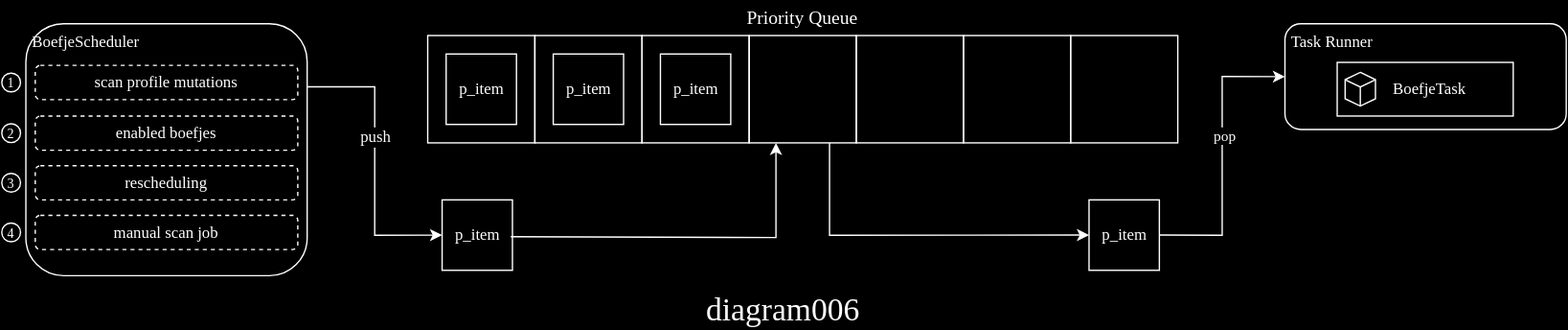
Above: mula/docs/img/diagram006.svg in minvws/nl-kat-coordination (draw.io), before the change. Source tidied: cells renumbered, new cells last; positions are measured from the earlier drawing's top-left corner, leaving out a move shared by most shapes.
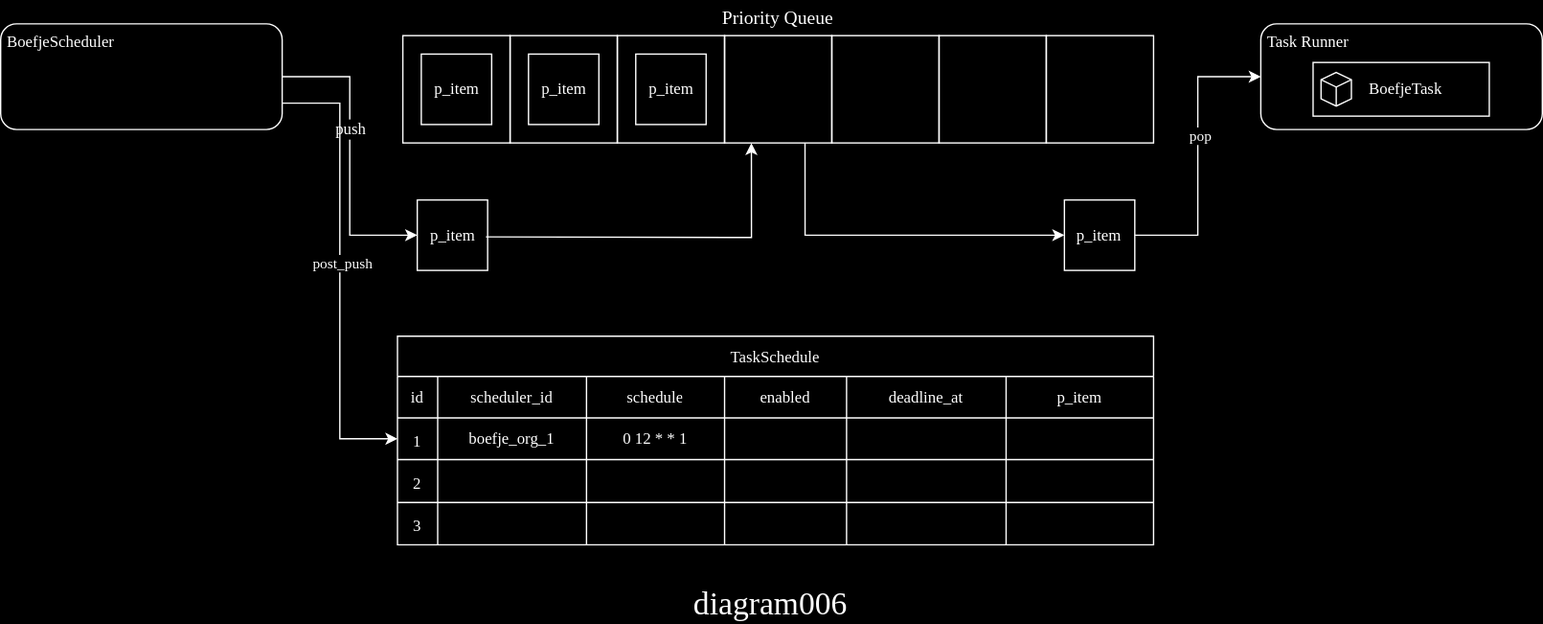
The same file after the commit.

What changed in the source:
```diff
@@ -3,45 +3,45 @@
     <mxCell id="0" />
     <mxCell id="1" parent="0" />
     <mxCell id="2" value="&lt;font face=&quot;Hack&quot; style=&quot;font-size: 24px;&quot;&gt;diagram006&lt;br&gt;&lt;/font&gt;" style="text;html=1;strokeColor=none;fillColor=none;align=center;verticalAlign=middle;whiteSpace=wrap;rounded=0;fontSize=24;" parent="1" vertex="1">
-      <mxGeometry x="493.4" y="216" width="181.3" height="30" as="geometry" />
+      <mxGeometry x="438.4" y="65" width="181.3" height="30" as="geometry" />
     </mxCell>
     <mxCell id="3" style="group;" parent="1" vertex="1">
-      <mxGeometry width="1168" height="205" as="geometry" />
+      <mxGeometry x="-46" y="-370" width="1150" height="405.5" as="geometry" />
     </mxCell>
     <mxCell id="4" style="edgeStyle=orthogonalEdgeStyle;rounded=0;jettySize=auto;html=1;exitX=1;exitY=0.5;exitDx=0;exitDy=0;entryX=0.25;entryY=1;entryDx=0;entryDy=0;" parent="3" edge="1" target="18">
       <mxGeometry relative="1" as="geometry">
-        <mxPoint x="380" y="176" as="sourcePoint" />
+        <mxPoint x="362" y="176" as="sourcePoint" />
       </mxGeometry>
     </mxCell>
     <mxCell id="5" value="&lt;font face=&quot;Hack&quot; style=&quot;font-size: 14px;&quot;&gt;Priority Queue&lt;/font&gt;" style="text;html=1;strokeColor=none;fillColor=none;align=center;verticalAlign=middle;whiteSpace=wrap;rounded=0;fontSize=14;" parent="3" vertex="1">
-      <mxGeometry x="318" width="560" height="26" as="geometry" />
+      <mxGeometry x="300" width="560" height="26" as="geometry" />
     </mxCell>
     <mxCell id="6" value="&amp;nbsp;BoefjeScheduler" style="rounded=1;align=left;verticalAlign=top;labelBackgroundColor=none;whiteSpace=wrap;html=1;labelBorderColor=none;fillStyle=auto;fillColor=none;fontFamily=Hack;fontSource=https%3A%2F%2Ffonts.googleapis.com%2Fcss%3Ffamily%3DHack;" parent="3" vertex="1">
-      <mxGeometry x="18" y="17.2" width="210" height="187.8" as="geometry" />
+      <mxGeometry y="17.2" width="210" height="78.8" as="geometry" />
     </mxCell>
     <mxCell id="7" value="&lt;font style=&quot;font-size: 12px;&quot;&gt;p_item&lt;/font&gt;" style="whiteSpace=wrap;html=1;fontFamily=Hack;fontSource=https%3A%2F%2Ffonts.googleapis.com%2Fcss%3Ffamily%3DHack;fontSize=7;fillColor=none;" parent="3" vertex="1">
-      <mxGeometry x="328.8" y="148.5" width="52.5" height="52.5" as="geometry" />
+      <mxGeometry x="310.8" y="148.5" width="52.5" height="52.5" as="geometry" />
     </mxCell>
-    <mxCell id="8" style="edgeStyle=orthogonalEdgeStyle;rounded=0;jettySize=auto;html=1;exitX=1;exitY=0.25;exitDx=0;exitDy=0;entryX=0;entryY=0.5;entryDx=0;entryDy=0;" parent="3" edge="1" source="6" target="7">
+    <mxCell id="8" style="edgeStyle=orthogonalEdgeStyle;rounded=0;jettySize=auto;html=1;exitX=1;exitY=0.5;exitDx=0;exitDy=0;entryX=0;entryY=0.5;entryDx=0;entryDy=0;" parent="3" edge="1" source="6" target="7">
       <mxGeometry relative="1" as="geometry" />
     </mxCell>
     <mxCell id="9" value="&lt;font style=&quot;font-size: 12px;&quot; face=&quot;Hack&quot;&gt;push&lt;br&gt;&lt;/font&gt;" style="edgeLabel;html=1;align=center;verticalAlign=middle;" parent="8" vertex="1">
       <mxGeometry x="-0.18" relative="1" as="geometry" />
     </mxCell>
     <mxCell id="10" value="&lt;font style=&quot;font-size: 12px;&quot;&gt;p_item&lt;/font&gt;" style="whiteSpace=wrap;html=1;fontFamily=Hack;fontSource=https%3A%2F%2Ffonts.googleapis.com%2Fcss%3Ffamily%3DHack;fontSize=7;fillColor=none;" parent="3" vertex="1">
-      <mxGeometry x="811.7" y="148.5" width="52.5" height="52.5" as="geometry" />
+      <mxGeometry x="793.5" y="148.5" width="52.5" height="52.5" as="geometry" />
     </mxCell>
     <mxCell id="11" value="&lt;font face=&quot;Hack&quot;&gt;&amp;nbsp;Task Runner&lt;/font&gt;" style="rounded=1;whiteSpace=wrap;html=1;align=left;verticalAlign=top;fillColor=none;" parent="3" vertex="1">
-      <mxGeometry x="958" y="17.2" width="210" height="78.8" as="geometry" />
+      <mxGeometry x="940" y="17.2" width="210" height="78.8" as="geometry" />
     </mxCell>
     <mxCell id="12" style="edgeStyle=orthogonalEdgeStyle;rounded=0;jettySize=auto;html=1;entryX=0;entryY=0.5;entryDx=0;entryDy=0;exitX=1;exitY=0.5;exitDx=0;exitDy=0;" parent="3" edge="1" source="10" target="11">
       <mxGeometry relative="1" as="geometry" />
     </mxCell>
-    <mxCell id="13" value="&lt;font face=&quot;Hack&quot;&gt;pop&lt;br&gt;&lt;/font&gt;" style="edgeLabel;html=1;align=center;verticalAlign=middle;" parent="12" vertex="1">
+    <mxCell id="13" value="&lt;font face=&quot;Hack&quot;&gt;pop&lt;/font&gt;" style="edgeLabel;html=1;align=center;verticalAlign=middle;" parent="12" vertex="1">
       <mxGeometry x="0.15" y="-1" relative="1" as="geometry" />
     </mxCell>
     <mxCell id="14" style="group;" parent="3" vertex="1">
-      <mxGeometry x="318" y="26" width="480" height="80" as="geometry" />
+      <mxGeometry x="300" y="26" width="480" height="80" as="geometry" />
     </mxCell>
     <mxCell id="15" style="whiteSpace=wrap;html=1;fillColor=none;" parent="14" vertex="1">
       <mxGeometry width="80" height="80" as="geometry" />
@@ -74,10 +74,10 @@
       <mxGeometry relative="1" as="geometry" />
     </mxCell>
     <mxCell id="25" style="whiteSpace=wrap;html=1;fillColor=none;" parent="3" vertex="1">
-      <mxGeometry x="798" y="26" width="80" height="80" as="geometry" />
+      <mxGeometry x="780" y="26" width="80" height="80" as="geometry" />
     </mxCell>
     <mxCell id="26" style="group;" parent="3" vertex="1">
-      <mxGeometry x="997" y="46" width="131.4" height="40" as="geometry" />
+      <mxGeometry x="979" y="46" width="131.4" height="40" as="geometry" />
     </mxCell>
     <mxCell id="27" style="rounded=0;whiteSpace=wrap;html=1;align=left;fillColor=none;" parent="26" vertex="1">
       <mxGeometry width="131.4" height="40" as="geometry" />
@@ -88,29 +88,98 @@
     <mxCell id="29" value="&lt;font face=&quot;Hack&quot;&gt;BoefjeTask&lt;/font&gt;" style="text;html=1;strokeColor=none;fillColor=none;align=left;verticalAlign=middle;whiteSpace=wrap;rounded=0;" parent="26" vertex="1">
       <mxGeometry x="40" y="2.9" width="91.4" height="34.3" as="geometry" />
     </mxCell>
-    <mxCell id="30" value="scan profile mutations" style="rounded=1;whiteSpace=wrap;html=1;fillColor=none;dashed=1;fontFamily=Hack;fontSource=https%3A%2F%2Ffonts.googleapis.com%2Fcss%3Ffamily%3DHack;" parent="3" vertex="1">
-      <mxGeometry x="25" y="48.2" width="196" height="25.5" as="geometry" />
+    <mxCell id="30" value="TaskSchedule" style="shape=table;startSize=30;strokeColor=default;fontSize=12;fontFamily=Hack;fontSource=https%3A%2F%2Ffonts.googleapis.com%2Fcss%3Ffamily%3DHack;" parent="3" vertex="1">
+      <mxGeometry x="296" y="250" width="564" height="155.5" as="geometry" />
     </mxCell>
-    <mxCell id="31" value="enabled boefjes" style="rounded=1;whiteSpace=wrap;html=1;fillColor=none;dashed=1;fontFamily=Hack;fontSource=https%3A%2F%2Ffonts.googleapis.com%2Fcss%3Ffamily%3DHack;" parent="3" vertex="1">
-      <mxGeometry x="25" y="86" width="196" height="25.5" as="geometry" />
+    <mxCell id="31" style="shape=tableRow;horizontal=0;startSize=0;swimlaneHead=0;swimlaneBody=0;strokeColor=inherit;top=0;left=0;bottom=0;right=0;fillColor=none;fontSize=16;" parent="30" vertex="1">
+      <mxGeometry y="30" width="564" height="31" as="geometry" />
     </mxCell>
-    <mxCell id="32" value="rescheduling" style="rounded=1;whiteSpace=wrap;html=1;fillColor=none;dashed=1;fontFamily=Hack;fontSource=https%3A%2F%2Ffonts.googleapis.com%2Fcss%3Ffamily%3DHack;" parent="3" vertex="1">
-      <mxGeometry x="25" y="123" width="196" height="25.5" as="geometry" />
+    <mxCell id="32" value="id" style="shape=partialRectangle;html=1;whiteSpace=wrap;strokeColor=inherit;overflow=hidden;fillColor=none;top=0;left=0;bottom=0;right=0;fontSize=12;fontFamily=Hack;fontSource=https%3A%2F%2Ffonts.googleapis.com%2Fcss%3Ffamily%3DHack;" parent="31" vertex="1">
+      <mxGeometry width="30" height="31" as="geometry" />
     </mxCell>
-    <mxCell id="33" value="&lt;font face=&quot;Hack&quot; style=&quot;font-size: 10px;&quot;&gt;1&lt;/font&gt;" style="ellipse;whiteSpace=wrap;html=1;fillColor=none;" parent="3" vertex="1">
-      <mxGeometry y="54" width="14" height="14" as="geometry" />
+    <mxCell id="33" value="scheduler_id" style="shape=partialRectangle;html=1;whiteSpace=wrap;strokeColor=inherit;overflow=hidden;fillColor=none;top=0;left=0;bottom=0;right=0;fontSize=12;fontFamily=Hack;fontSource=https%3A%2F%2Ffonts.googleapis.com%2Fcss%3Ffamily%3DHack;" parent="31" vertex="1">
+      <mxGeometry x="30" width="111" height="31" as="geometry" />
     </mxCell>
-    <mxCell id="34" value="&lt;font face=&quot;Hack&quot; style=&quot;font-size: 10px;&quot;&gt;2&lt;/font&gt;" style="ellipse;whiteSpace=wrap;html=1;fillColor=none;" parent="3" vertex="1">
-      <mxGeometry y="91.8" width="14" height="14" as="geometry" />
+    <mxCell id="34" value="schedule" style="shape=partialRectangle;html=1;whiteSpace=wrap;strokeColor=inherit;overflow=hidden;fillColor=none;top=0;left=0;bottom=0;right=0;fontSize=12;fontFamily=Hack;fontSource=https%3A%2F%2Ffonts.googleapis.com%2Fcss%3Ffamily%3DHack;" parent="31" vertex="1">
+      <mxGeometry x="141" width="103" height="31" as="geometry" />
     </mxCell>
-    <mxCell id="35" value="&lt;font face=&quot;Hack&quot; style=&quot;font-size: 10px;&quot;&gt;3&lt;/font&gt;" style="ellipse;whiteSpace=wrap;html=1;fillColor=none;" parent="3" vertex="1">
-      <mxGeometry y="128.8" width="14" height="14" as="geometry" />
+    <mxCell id="35" value="enabled" style="shape=partialRectangle;html=1;whiteSpace=wrap;strokeColor=inherit;overflow=hidden;fillColor=none;top=0;left=0;bottom=0;right=0;fontSize=12;fontFamily=Hack;fontSource=https%3A%2F%2Ffonts.googleapis.com%2Fcss%3Ffamily%3DHack;" parent="31" vertex="1">
+      <mxGeometry x="244" width="91" height="31" as="geometry" />
     </mxCell>
-    <mxCell id="36" value="manual scan job" style="rounded=1;whiteSpace=wrap;html=1;fillColor=none;dashed=1;fontFamily=Hack;fontSource=https%3A%2F%2Ffonts.googleapis.com%2Fcss%3Ffamily%3DHack;" parent="3" vertex="1">
-      <mxGeometry x="25" y="160" width="196" height="25.5" as="geometry" />
+    <mxCell id="36" value="deadline_at" style="shape=partialRectangle;html=1;whiteSpace=wrap;strokeColor=inherit;overflow=hidden;fillColor=none;top=0;left=0;bottom=0;right=0;fontSize=12;fontFamily=Hack;fontSource=https%3A%2F%2Ffonts.googleapis.com%2Fcss%3Ffamily%3DHack;" parent="31" vertex="1">
+      <mxGeometry x="335" width="119" height="31" as="geometry" />
     </mxCell>
-    <mxCell id="37" value="&lt;font face=&quot;Hack&quot;&gt;&lt;span style=&quot;font-size: 10px;&quot;&gt;4&lt;/span&gt;&lt;/font&gt;" style="ellipse;whiteSpace=wrap;html=1;fillColor=none;" parent="3" vertex="1">
-      <mxGeometry y="165.8" width="14" height="14" as="geometry" />
+    <mxCell id="37" value="p_item" style="shape=partialRectangle;html=1;whiteSpace=wrap;strokeColor=inherit;overflow=hidden;fillColor=none;top=0;left=0;bottom=0;right=0;fontSize=12;fontFamily=Hack;fontSource=https%3A%2F%2Ffonts.googleapis.com%2Fcss%3Ffamily%3DHack;" parent="31" vertex="1">
+      <mxGeometry x="454" width="110" height="31" as="geometry" />
     </mxCell>
+    <mxCell id="38" style="shape=tableRow;horizontal=0;startSize=0;swimlaneHead=0;swimlaneBody=0;strokeColor=inherit;top=0;left=0;bottom=0;right=0;fillColor=none;points=[[0,0.5],[1,0.5]];portConstraint=eastwest;fontSize=16;" parent="30" vertex="1">
+      <mxGeometry y="61" width="564" height="31" as="geometry" />
+    </mxCell>
+    <mxCell id="39" value="&lt;font style=&quot;font-size: 12px;&quot;&gt;1&lt;/font&gt;" style="shape=partialRectangle;html=1;whiteSpace=wrap;strokeColor=inherit;overflow=hidden;fillColor=none;top=0;left=0;bottom=0;right=0;fontSize=16;fontFamily=Hack;fontSource=https%3A%2F%2Ffonts.googleapis.com%2Fcss%3Ffamily%3DHack;" parent="38" vertex="1">
+      <mxGeometry width="30" height="31" as="geometry" />
+    </mxCell>
+    <mxCell id="40" value="boefje_org_1" style="shape=partialRectangle;html=1;whiteSpace=wrap;strokeColor=inherit;overflow=hidden;fillColor=none;top=0;left=0;bottom=0;right=0;fontSize=12;fontFamily=Hack;fontSource=https%3A%2F%2Ffonts.googleapis.com%2Fcss%3Ffamily%3DHack;" parent="38" vertex="1">
+      <mxGeometry x="30" width="111" height="31" as="geometry" />
+    </mxCell>
+    <mxCell id="41" value="0 12 * * 1" style="shape=partialRectangle;html=1;whiteSpace=wrap;strokeColor=inherit;overflow=hidden;fillColor=none;top=0;left=0;bottom=0;right=0;fontSize=12;fontFamily=Hack;fontSource=https%3A%2F%2Ffonts.googleapis.com%2Fcss%3Ffamily%3DHack;" parent="38" vertex="1">
+      <mxGeometry x="141" width="103" height="31" as="geometry" />
+    </mxCell>
+    <mxCell id="42" style="shape=partialRectangle;html=1;whiteSpace=wrap;strokeColor=inherit;overflow=hidden;fillColor=none;top=0;left=0;bottom=0;right=0;fontSize=12;fontFamily=Hack;fontSource=https%3A%2F%2Ffonts.googleapis.com%2Fcss%3Ffamily%3DHack;" parent="38" vertex="1">
+      <mxGeometry x="244" width="91" height="31" as="geometry" />
+    </mxCell>
+    <mxCell id="43" style="shape=partialRectangle;html=1;whiteSpace=wrap;strokeColor=inherit;overflow=hidden;fillColor=none;top=0;left=0;bottom=0;right=0;fontSize=12;fontFamily=Hack;fontSource=https%3A%2F%2Ffonts.googleapis.com%2Fcss%3Ffamily%3DHack;" parent="38" vertex="1">
+      <mxGeometry x="335" width="119" height="31" as="geometry" />
+    </mxCell>
+    <mxCell id="44" style="shape=partialRectangle;html=1;whiteSpace=wrap;strokeColor=inherit;overflow=hidden;fillColor=none;top=0;left=0;bottom=0;right=0;fontSize=12;fontFamily=Hack;fontSource=https%3A%2F%2Ffonts.googleapis.com%2Fcss%3Ffamily%3DHack;" parent="38" vertex="1">
+      <mxGeometry x="454" width="110" height="31" as="geometry" />
+    </mxCell>
+    <mxCell id="45" style="shape=tableRow;horizontal=0;startSize=0;swimlaneHead=0;swimlaneBody=0;strokeColor=inherit;top=0;left=0;bottom=0;right=0;fillColor=none;fontSize=16;" parent="30" vertex="1">
+      <mxGeometry y="92" width="564" height="32" as="geometry" />
+    </mxCell>
+    <mxCell id="46" value="&lt;font style=&quot;font-size: 12px;&quot;&gt;2&lt;/font&gt;" style="shape=partialRectangle;html=1;whiteSpace=wrap;strokeColor=inherit;overflow=hidden;fillColor=none;top=0;left=0;bottom=0;right=0;fontSize=16;fontFamily=Hack;fontSource=https%3A%2F%2Ffonts.googleapis.com%2Fcss%3Ffamily%3DHack;" parent="45" vertex="1">
+      <mxGeometry width="30" height="32" as="geometry" />
+    </mxCell>
+    <mxCell id="47" style="shape=partialRectangle;html=1;whiteSpace=wrap;strokeColor=inherit;overflow=hidden;fillColor=none;top=0;left=0;bottom=0;right=0;fontSize=12;fontFamily=Hack;fontSource=https%3A%2F%2Ffonts.googleapis.com%2Fcss%3Ffamily%3DHack;" parent="45" vertex="1">
+      <mxGeometry x="30" width="111" height="32" as="geometry" />
+    </mxCell>
+    <mxCell id="48" style="shape=partialRectangle;html=1;whiteSpace=wrap;strokeColor=inherit;overflow=hidden;fillColor=none;top=0;left=0;bottom=0;right=0;fontSize=12;fontFamily=Hack;fontSource=https%3A%2F%2Ffonts.googleapis.com%2Fcss%3Ffamily%3DHack;" parent="45" vertex="1">
+      <mxGeometry x="141" width="103" height="32" as="geometry" />
+    </mxCell>
+    <mxCell id="49" style="shape=partialRectangle;html=1;whiteSpace=wrap;strokeColor=inherit;overflow=hidden;fillColor=none;top=0;left=0;bottom=0;right=0;fontSize=12;fontFamily=Hack;fontSource=https%3A%2F%2Ffonts.googleapis.com%2Fcss%3Ffamily%3DHack;" parent="45" vertex="1">
+      <mxGeometry x="244" width="91" height="32" as="geometry" />
+    </mxCell>
+    <mxCell id="50" style="shape=partialRectangle;html=1;whiteSpace=wrap;strokeColor=inherit;overflow=hidden;fillColor=none;top=0;left=0;bottom=0;right=0;fontSize=12;fontFamily=Hack;fontSource=https%3A%2F%2Ffonts.googleapis.com%2Fcss%3Ffamily%3DHack;" parent="45" vertex="1">
+      <mxGeometry x="335" width="119" height="32" as="geometry" />
+    </mxCell>
+    <mxCell id="51" style="shape=partialRectangle;html=1;whiteSpace=wrap;strokeColor=inherit;overflow=hidden;fillColor=none;top=0;left=0;bottom=0;right=0;fontSize=12;fontFamily=Hack;fontSource=https%3A%2F%2Ffonts.googleapis.com%2Fcss%3Ffamily%3DHack;" parent="45" vertex="1">
+      <mxGeometry x="454" width="110" height="32" as="geometry" />
+    </mxCell>
+    <mxCell id="52" style="shape=tableRow;horizontal=0;startSize=0;swimlaneHead=0;swimlaneBody=0;strokeColor=inherit;top=0;left=0;bottom=0;right=0;fillColor=none;fontSize=16;" parent="30" vertex="1">
+      <mxGeometry y="124" width="564" height="32" as="geometry" />
+    </mxCell>
+    <mxCell id="53" value="&lt;font style=&quot;font-size: 12px;&quot;&gt;3&lt;/font&gt;" style="shape=partialRectangle;html=1;whiteSpace=wrap;strokeColor=inherit;overflow=hidden;fillColor=none;top=0;left=0;bottom=0;right=0;fontSize=16;fontFamily=Hack;fontSource=https%3A%2F%2Ffonts.googleapis.com%2Fcss%3Ffamily%3DHack;" parent="52" vertex="1">
+      <mxGeometry width="30" height="32" as="geometry" />
+    </mxCell>
+    <mxCell id="54" style="shape=partialRectangle;html=1;whiteSpace=wrap;strokeColor=inherit;overflow=hidden;fillColor=none;top=0;left=0;bottom=0;right=0;fontSize=12;fontFamily=Hack;fontSource=https%3A%2F%2Ffonts.googleapis.com%2Fcss%3Ffamily%3DHack;" parent="52" vertex="1">
+      <mxGeometry x="30" width="111" height="32" as="geometry" />
+    </mxCell>
+    <mxCell id="55" style="shape=partialRectangle;html=1;whiteSpace=wrap;strokeColor=inherit;overflow=hidden;fillColor=none;top=0;left=0;bottom=0;right=0;fontSize=12;fontFamily=Hack;fontSource=https%3A%2F%2Ffonts.googleapis.com%2Fcss%3Ffamily%3DHack;" parent="52" vertex="1">
+      <mxGeometry x="141" width="103" height="32" as="geometry" />
+    </mxCell>
+    <mxCell id="56" style="shape=partialRectangle;html=1;whiteSpace=wrap;strokeColor=inherit;overflow=hidden;fillColor=none;top=0;left=0;bottom=0;right=0;fontSize=12;fontFamily=Hack;fontSource=https%3A%2F%2Ffonts.googleapis.com%2Fcss%3Ffamily%3DHack;" parent="52" vertex="1">
+      <mxGeometry x="244" width="91" height="32" as="geometry" />
+    </mxCell>
+    <mxCell id="57" style="shape=partialRectangle;html=1;whiteSpace=wrap;strokeColor=inherit;overflow=hidden;fillColor=none;top=0;left=0;bottom=0;right=0;fontSize=12;fontFamily=Hack;fontSource=https%3A%2F%2Ffonts.googleapis.com%2Fcss%3Ffamily%3DHack;" parent="52" vertex="1">
+      <mxGeometry x="335" width="119" height="32" as="geometry" />
+    </mxCell>
+    <mxCell id="58" style="shape=partialRectangle;html=1;whiteSpace=wrap;strokeColor=inherit;overflow=hidden;fillColor=none;top=0;left=0;bottom=0;right=0;fontSize=12;fontFamily=Hack;fontSource=https%3A%2F%2Ffonts.googleapis.com%2Fcss%3Ffamily%3DHack;" parent="52" vertex="1">
+      <mxGeometry x="454" width="110" height="32" as="geometry" />
+    </mxCell>
+    <mxCell id="59" style="edgeStyle=orthogonalEdgeStyle;rounded=0;jettySize=auto;html=1;exitX=1;exitY=0.75;exitDx=0;exitDy=0;entryX=0;entryY=0.5;entryDx=0;entryDy=0;" parent="3" edge="1" source="6" target="38">
+      <mxGeometry relative="1" as="geometry" />
+    </mxCell>
+    <mxCell id="60" value="&lt;font face=&quot;Hack&quot;&gt;post_push&lt;br&gt;&lt;/font&gt;" style="edgeLabel;html=1;align=center;verticalAlign=middle;" parent="59" vertex="1">
+      <mxGeometry x="-0.03" y="1" relative="1" as="geometry" />
+    </mxCell>
   </root>
 </mxGraphModel>
```
